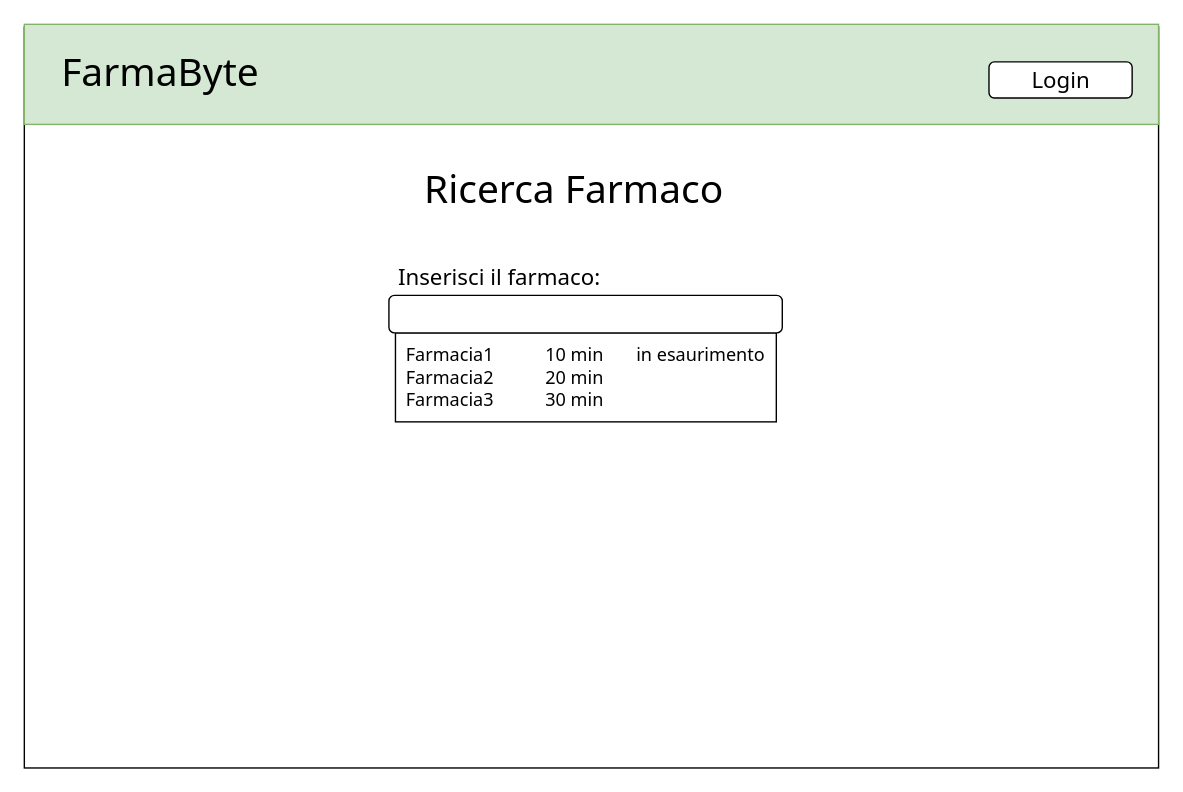
Before: page "Home" (1 of 6) of drawio/Interfacce/VisteUtente.drawio in lnwor/farmabyte-doc, a draw.io diagram. Source tidied: cells renumbered, new cells numbered last; positions are measured from the earlier drawing's top-left corner, leaving out a move shared by most shapes. Both pictures are drawn from the tidied source at 139%, with x=0, y=0 at pixel (24, 24).
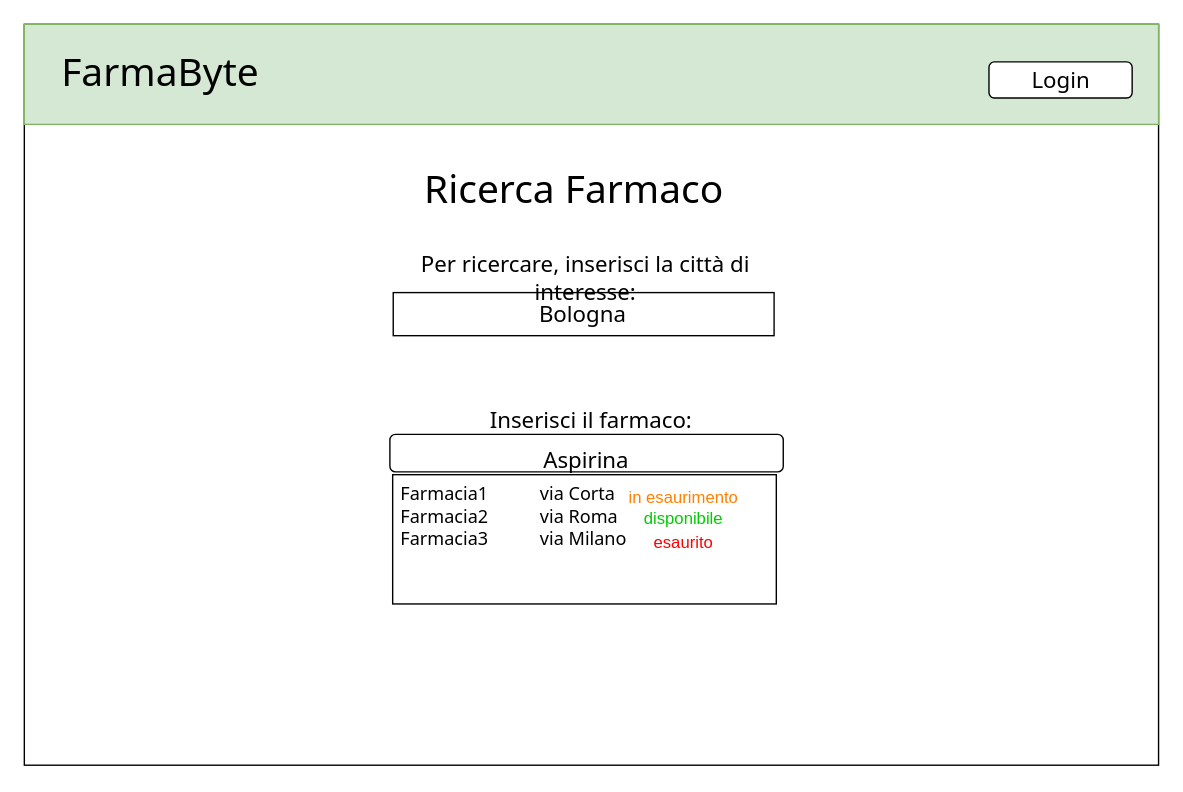
After the change.

Commit message (it also covers changes not shown here):
aggiunta ricerca per città nei disegni interfacce

The edit, as a diff of the source:
```diff
@@
 <mxGraphModel>
   <root>
     <mxCell id="0" />
     <mxCell id="1" parent="0" />
     <mxCell id="2" value="&lt;br&gt;" style="rounded=0;whiteSpace=wrap;html=1;" parent="1" vertex="1">
-      <mxGeometry y="2" width="816" height="533" as="geometry" />
+      <mxGeometry width="816" height="533" as="geometry" />
     </mxCell>
-    <mxCell id="3" style="rounded=0;whiteSpace=wrap;html=1;fontFamily=Noto Sans;fontSize=16;" parent="1" vertex="1">
-      <mxGeometry x="267" y="222" width="274" height="64" as="geometry" />
+    <mxCell id="3" value="Bologna" style="rounded=0;whiteSpace=wrap;html=1;fontFamily=Noto Sans;fontSize=16;" parent="1" vertex="1">
+      <mxGeometry x="265.4" y="193" width="274" height="31" as="geometry" />
     </mxCell>
     <mxCell id="4" style="rounded=0;whiteSpace=wrap;html=1;fontSize=28;fillColor=#d5e8d4;strokeColor=#82b366;" parent="1" vertex="1">
       <mxGeometry width="816" height="72" as="geometry" />
     </mxCell>
     <mxCell id="5" value="FarmaByte" style="text;strokeColor=none;fillColor=none;align=left;verticalAlign=top;spacingLeft=4;spacingRight=4;overflow=hidden;fontSize=28;fontFamily=Noto Sans;" parent="1" vertex="1">
       <mxGeometry x="21" y="11" width="166" height="48" as="geometry" />
     </mxCell>
     <mxCell id="6" value="Ricerca Farmaco" style="text;strokeColor=none;fillColor=none;align=left;verticalAlign=top;spacingLeft=4;spacingRight=4;overflow=hidden;fontSize=28;fontFamily=Noto Sans;" parent="1" vertex="1">
       <mxGeometry x="282" y="95" width="252" height="71" as="geometry" />
     </mxCell>
-    <mxCell id="7" style="rounded=1;whiteSpace=wrap;html=1;fontFamily=Noto Sans;fontSize=28;" parent="1" vertex="1">
-      <mxGeometry x="262.3" y="195" width="283" height="27" as="geometry" />
+    <mxCell id="7" value="&lt;font style=&quot;font-size: 16px&quot;&gt;Aspirina&lt;/font&gt;" style="rounded=1;whiteSpace=wrap;html=1;fontFamily=Noto Sans;fontSize=28;" parent="1" vertex="1">
+      <mxGeometry x="263" y="295" width="283" height="27" as="geometry" />
     </mxCell>
     <mxCell id="8" value="Inserisci il farmaco:" style="text;html=1;strokeColor=none;fillColor=none;align=center;verticalAlign=middle;whiteSpace=wrap;rounded=0;fontFamily=Noto Sans;fontSize=16;" parent="1" vertex="1">
-      <mxGeometry x="205" y="172" width="274" height="20" as="geometry" />
+      <mxGeometry x="271" y="275" width="274" height="20" as="geometry" />
     </mxCell>
     <mxCell id="9" style="rounded=1;whiteSpace=wrap;html=1;fontFamily=Noto Sans;fontSize=16;" parent="1" vertex="1">
       <mxGeometry x="694" y="27" width="103" height="26" as="geometry" />
     </mxCell>
     <mxCell id="10" value="Login" style="text;html=1;strokeColor=none;fillColor=none;align=center;verticalAlign=middle;whiteSpace=wrap;rounded=0;fontFamily=Noto Sans;fontSize=16;" parent="1" vertex="1">
       <mxGeometry x="725.5" y="30" width="40" height="20" as="geometry" />
     </mxCell>
-    <mxCell id="11" value="Farmacia1           10 min       in esaurimento&#10;Farmacia2           20 min    &#10;Farmacia3           30 min" style="text;strokeColor=none;fillColor=none;align=left;verticalAlign=top;spacingLeft=4;spacingRight=4;overflow=hidden;fontFamily=Noto Sans;fontSize=13;" parent="1" vertex="1">
-      <mxGeometry x="268.9" y="224" width="269.7" height="163" as="geometry" />
+    <mxCell id="11" value="Farmacia1           via Corta       &#10;Farmacia2           via Roma    &#10;Farmacia3           via Milano" style="text;fillColor=none;align=left;verticalAlign=top;spacingLeft=4;spacingRight=4;overflow=hidden;fontFamily=Noto Sans;fontSize=13;strokeColor=#000000;" parent="1" vertex="1">
+      <mxGeometry x="265" y="324" width="276" height="93" as="geometry" />
     </mxCell>
+    <mxCell id="12" value="Per ricercare, inserisci la città di interesse:" style="text;html=1;strokeColor=none;fillColor=none;align=center;verticalAlign=middle;whiteSpace=wrap;rounded=0;fontFamily=Noto Sans;fontSize=16;" parent="1" vertex="1">
+      <mxGeometry x="267" y="173" width="274" height="20" as="geometry" />
+    </mxCell>
+    <mxCell id="13" value="in esaurimento" style="text;html=1;strokeColor=none;fillColor=none;align=center;verticalAlign=middle;whiteSpace=wrap;rounded=0;labelBackgroundColor=none;fontColor=#FF8000;" parent="1" vertex="1">
+      <mxGeometry x="429" y="332" width="91" height="17" as="geometry" />
+    </mxCell>
+    <mxCell id="14" value="disponibile" style="text;html=1;strokeColor=none;fillColor=none;align=center;verticalAlign=middle;whiteSpace=wrap;rounded=0;labelBackgroundColor=none;fontColor=#00CC00;" parent="1" vertex="1">
+      <mxGeometry x="429" y="347" width="91" height="17" as="geometry" />
+    </mxCell>
+    <mxCell id="15" value="esaurito" style="text;html=1;strokeColor=none;fillColor=none;align=center;verticalAlign=middle;whiteSpace=wrap;rounded=0;labelBackgroundColor=none;fontColor=#FF0000;" parent="1" vertex="1">
+      <mxGeometry x="429" y="364" width="91" height="17" as="geometry" />
+    </mxCell>
   </root>
 </mxGraphModel>
```
